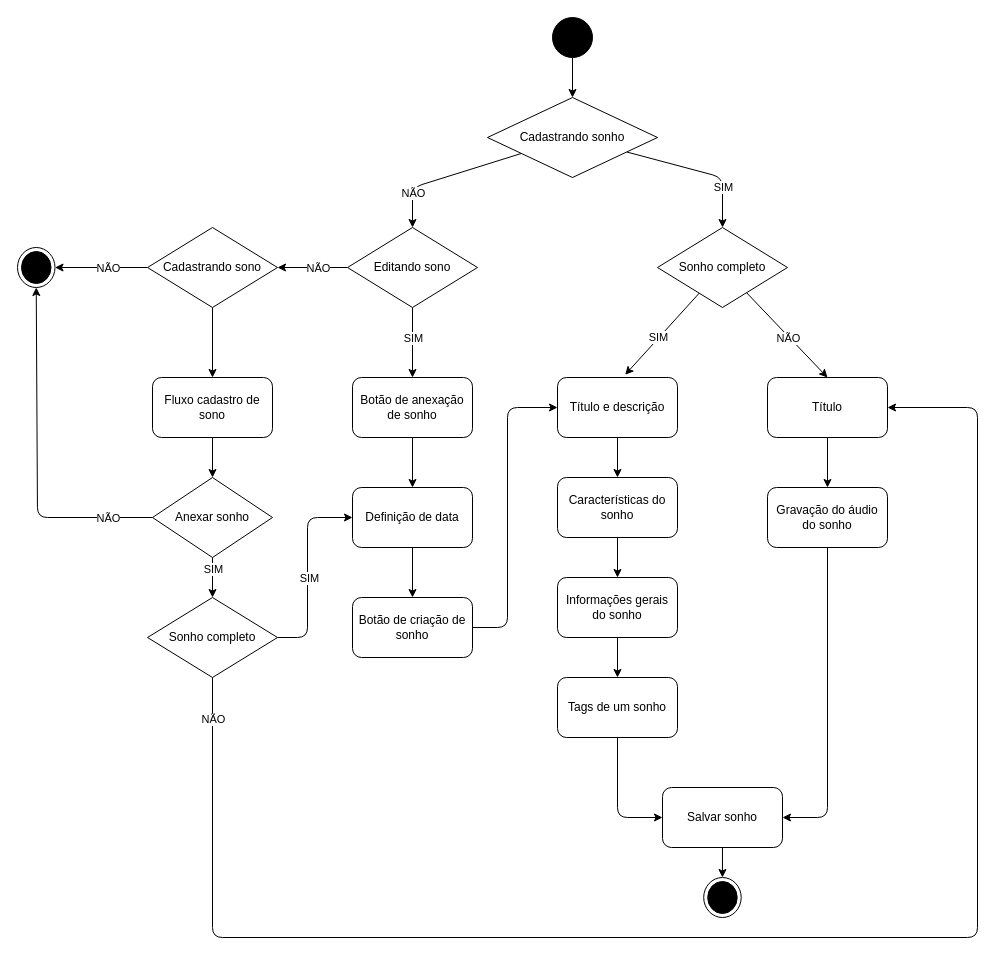
The draw.io diagram docs/diagramas_atividade/cadastro_de_sonho.drawio in raisson-souza/morfeus-backend, before the edit. Source tidied: cells renumbered, new cells numbered last; positions are measured from the earlier drawing's top-left corner, leaving out a move shared by most shapes. Both pictures are drawn from the tidied source at 100%, with x=0, y=0 at pixel (17, 17).
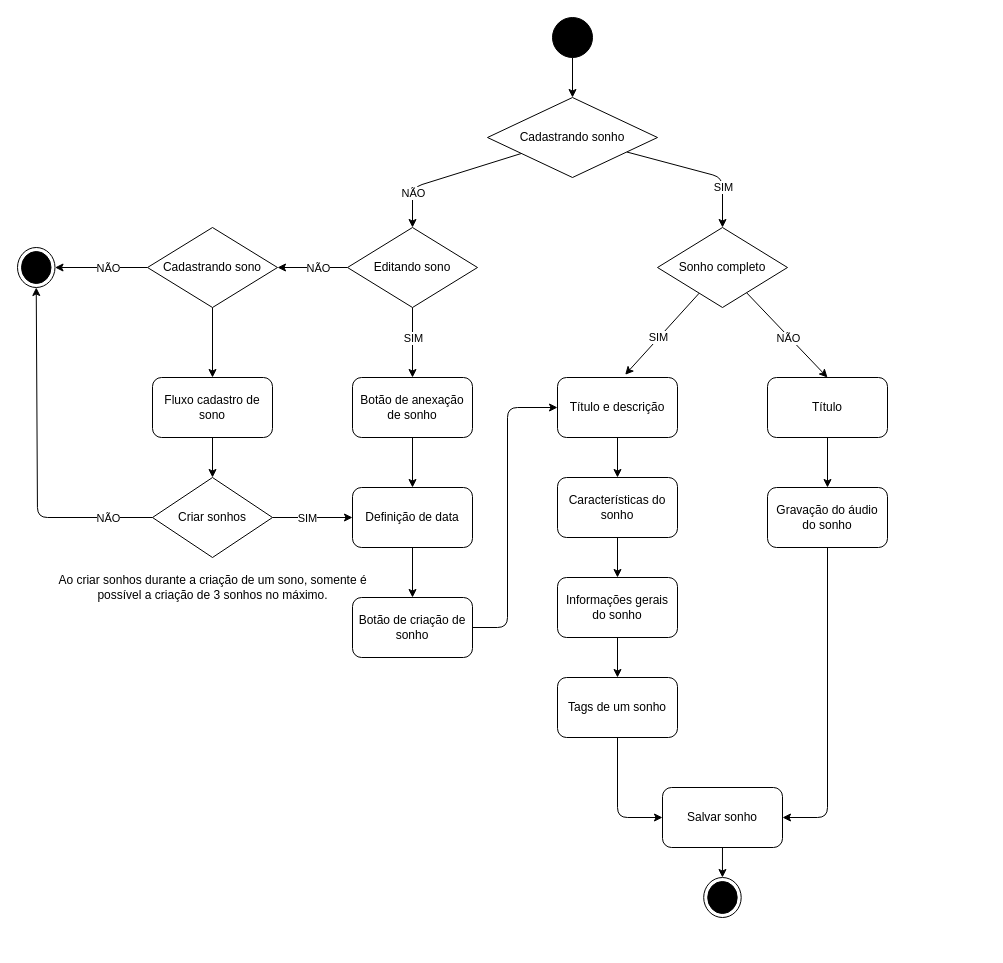
Above is the later version.

Commit message (it also covers changes not shown here):
- Ajuste de regra de negócio na criação de sonhos dentro da criação de sonos.

The change refers to these unchanged cells:
```xml
<mxCell id="25" value="Definição de data" style="rounded=1;whiteSpace=wrap;html=1;" parent="1" vertex="1">
  <mxGeometry x="335" y="470" width="120" height="60" as="geometry" />
</mxCell>
<mxCell id="37" value="Título" style="rounded=1;whiteSpace=wrap;html=1;" parent="1" vertex="1">
  <mxGeometry x="750" y="360" width="120" height="60" as="geometry" />
</mxCell>
```

The edit, as a diff of the source:
```diff
@@
-    <mxCell id="49" style="edgeStyle=none;html=1;entryX=0.5;entryY=0;entryDx=0;entryDy=0;" parent="1" edge="1" source="51" target="56">
+    <mxCell id="49" style="edgeStyle=none;html=1;entryX=0;entryY=0.5;entryDx=0;entryDy=0;" parent="1" edge="1" source="51" target="25">
       <mxGeometry relative="1" as="geometry" />
     </mxCell>
     <mxCell id="50" value="SIM" style="edgeLabel;html=1;align=center;verticalAlign=middle;" parent="49" vertex="1">
       <mxGeometry x="-0.44" y="1" relative="1" as="geometry">
-        <mxPoint x="-1" as="offset" />
+        <mxPoint x="12" y="1" as="offset" />
       </mxGeometry>
     </mxCell>
-    <mxCell id="51" value="Anexar sonho" style="rhombus;whiteSpace=wrap;html=1;" parent="1" vertex="1">
+    <mxCell id="51" value="Criar sonhos" style="rhombus;whiteSpace=wrap;html=1;" parent="1" vertex="1">
       <mxGeometry x="135" y="460" width="120" height="80" as="geometry" />
     </mxCell>
-    <mxCell id="52" style="edgeStyle=none;html=1;entryX=0;entryY=0.5;entryDx=0;entryDy=0;" parent="1" edge="1" source="56" target="25">
-      <mxGeometry relative="1" as="geometry">
-        <Array as="points">
-          <mxPoint x="290" y="620" />
-          <mxPoint x="290" y="500" />
-        </Array>
-      </mxGeometry>
-    </mxCell>
-    <mxCell id="53" value="SIM" style="edgeLabel;html=1;align=center;verticalAlign=middle;" parent="52" vertex="1">
-      <mxGeometry x="-0.25" y="-1" relative="1" as="geometry">
-        <mxPoint y="-17" as="offset" />
-      </mxGeometry>
-    </mxCell>
-    <mxCell id="54" style="edgeStyle=none;html=1;entryX=1;entryY=0.5;entryDx=0;entryDy=0;" parent="1" edge="1" source="56" target="37">
-      <mxGeometry relative="1" as="geometry">
-        <Array as="points">
-          <mxPoint x="195" y="920" />
-          <mxPoint x="960" y="920" />
-          <mxPoint x="960" y="390" />
-        </Array>
-      </mxGeometry>
-    </mxCell>
-    <mxCell id="55" value="NÃO" style="edgeLabel;html=1;align=center;verticalAlign=middle;" parent="54" vertex="1">
-      <mxGeometry x="-0.95" relative="1" as="geometry" />
-    </mxCell>
-    <mxCell id="56" value="Sonho completo" style="rhombus;whiteSpace=wrap;html=1;" parent="1" vertex="1">
-      <mxGeometry x="130" y="580" width="130" height="80" as="geometry" />
-    </mxCell>
+    <mxCell id="57" value="Ao criar sonhos durante a criação de um sono, somente é&lt;br&gt;possível a criação de 3 sonhos no máximo." style="text;html=1;align=center;verticalAlign=middle;strokeColor=none;fillColor=none;" parent="1" vertex="1">
+      <mxGeometry x="30" y="550" width="330" height="40" as="geometry" />
+    </mxCell>
```
